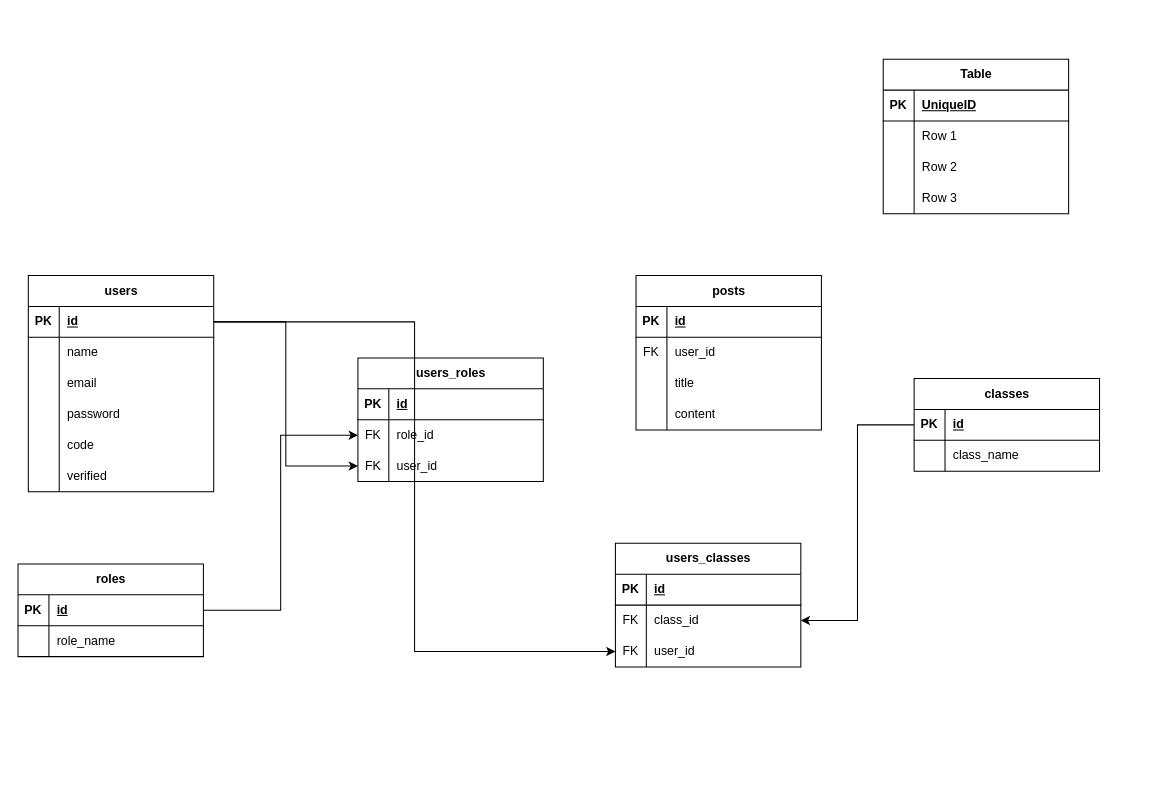
Before: sitedb.drawio in GadoGadoEnjoyer/GadoGadoEnjoyer, a draw.io diagram. Source tidied: cells renumbered, new cells numbered last; positions are measured from the earlier drawing's top-left corner, leaving out a move shared by most shapes. Both pictures are drawn from the tidied source at 103%, with x=0, y=0 at pixel (18, 59).
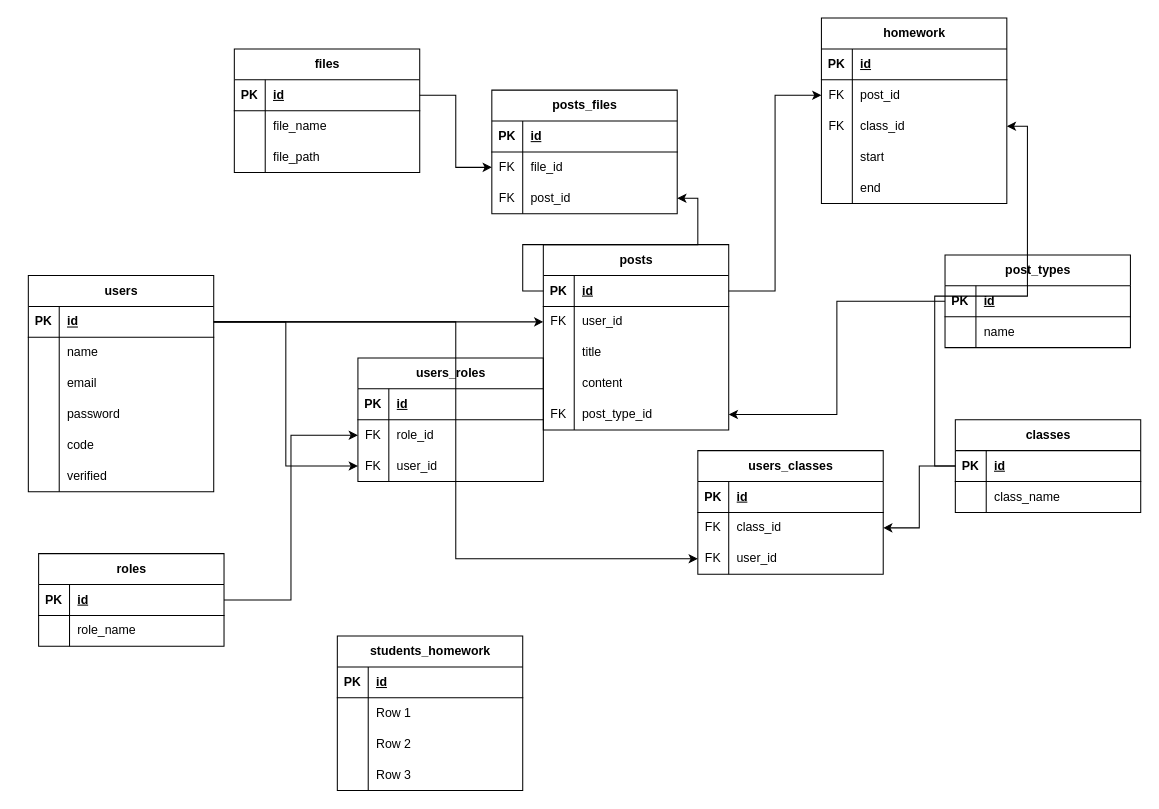
Above is the later version.

Commit message:
help (this commit is indirectly brought to you by GPT!)

Unchanged cells that the change refers to:
```xml
<mxCell id="3" style="shape=tableRow;horizontal=0;startSize=0;swimlaneHead=0;swimlaneBody=0;fillColor=none;points=[[0,0.5],[1,0.5]];portConstraint=eastwest;top=0;left=0;right=0;bottom=1;" parent="2" vertex="1">
  <mxGeometry y="30" width="180" height="30" as="geometry" />
</mxCell>
<mxCell id="41" style="shape=tableRow;horizontal=0;startSize=0;swimlaneHead=0;swimlaneBody=0;fillColor=none;points=[[0,0.5],[1,0.5]];portConstraint=eastwest;top=0;left=0;right=0;bottom=1;" parent="40" vertex="1">
  <mxGeometry y="30" width="180" height="30" as="geometry" />
</mxCell>
<mxCell id="60" style="shape=tableRow;horizontal=0;startSize=0;swimlaneHead=0;swimlaneBody=0;fillColor=none;points=[[0,0.5],[1,0.5]];portConstraint=eastwest;top=0;left=0;right=0;bottom=1;" parent="59" vertex="1">
  <mxGeometry y="30" width="180" height="30" as="geometry" />
</mxCell>
<mxCell id="63" style="shape=tableRow;horizontal=0;startSize=0;swimlaneHead=0;swimlaneBody=0;fillColor=none;points=[[0,0.5],[1,0.5]];portConstraint=eastwest;top=0;left=0;right=0;bottom=0;" parent="59" vertex="1">
  <mxGeometry y="60" width="180" height="30" as="geometry" />
</mxCell>
<mxCell id="73" style="shape=tableRow;horizontal=0;startSize=0;swimlaneHead=0;swimlaneBody=0;fillColor=none;points=[[0,0.5],[1,0.5]];portConstraint=eastwest;top=0;left=0;right=0;bottom=1;" parent="72" vertex="1">
  <mxGeometry y="30" width="180" height="30" as="geometry" />
</mxCell>
<mxCell id="76" style="shape=tableRow;horizontal=0;startSize=0;swimlaneHead=0;swimlaneBody=0;fillColor=none;top=0;left=0;right=0;bottom=0;" parent="72" vertex="1">
  <mxGeometry y="60" width="180" height="30" as="geometry" />
</mxCell>
<mxCell id="79" style="shape=tableRow;horizontal=0;startSize=0;swimlaneHead=0;swimlaneBody=0;fillColor=none;top=0;left=0;right=0;bottom=0;" parent="72" vertex="1">
  <mxGeometry y="90" width="180" height="30" as="geometry" />
</mxCell>
```

The edit, as a diff of the source:
```diff
@@
     <mxCell id="21" value="roles" style="shape=table;startSize=30;childLayout=tableLayout;rowLines=0;fontStyle=1;align=center;html=1;" parent="1" vertex="1">
-      <mxGeometry y="490" width="180" height="90" as="geometry" />
+      <mxGeometry x="20" y="480" width="180" height="90" as="geometry" />
     </mxCell>
@@
     <mxCell id="40" value="classes" style="shape=table;startSize=30;childLayout=tableLayout;rowLines=0;fontStyle=1;align=center;html=1;" parent="1" vertex="1">
-      <mxGeometry x="870" y="310" width="180" height="90" as="geometry" />
+      <mxGeometry x="910" y="350" width="180" height="90" as="geometry" />
     </mxCell>
@@
     <mxCell id="47" value="users_classes" style="shape=table;startSize=30;childLayout=tableLayout;rowLines=0;fontStyle=1;align=center;html=1;" parent="1" vertex="1">
-      <mxGeometry x="580" y="470" width="180" height="120" as="geometry" />
+      <mxGeometry x="660" y="380" width="180" height="120" as="geometry" />
     </mxCell>
@@
     <mxCell id="59" value="posts" style="shape=table;startSize=30;childLayout=tableLayout;rowLines=0;fontStyle=1;align=center;html=1;" parent="1" vertex="1">
-      <mxGeometry x="600" y="210" width="180" height="150" as="geometry" />
+      <mxGeometry x="510" y="180" width="180" height="180" as="geometry" />
     </mxCell>
@@
+    <mxCell id="85" style="shape=tableRow;horizontal=0;startSize=0;swimlaneHead=0;swimlaneBody=0;fillColor=none;points=[[0,0.5],[1,0.5]];portConstraint=eastwest;top=0;left=0;right=0;bottom=0;" parent="59" vertex="1">
+      <mxGeometry y="150" width="180" height="30" as="geometry" />
+    </mxCell>
+    <mxCell id="86" value="FK" style="shape=partialRectangle;fillColor=none;top=0;left=0;bottom=0;right=0;overflow=hidden;whiteSpace=wrap;html=1;" parent="85" vertex="1">
+      <mxGeometry width="30" height="30" as="geometry" />
+    </mxCell>
+    <mxCell id="87" value="post_type_id" style="shape=partialRectangle;fillColor=none;top=0;left=0;bottom=0;right=0;align=left;spacingLeft=6;overflow=hidden;whiteSpace=wrap;html=1;" parent="85" vertex="1">
+      <mxGeometry x="30" width="150" height="30" as="geometry" />
+    </mxCell>
-    <mxCell id="72" value="Table" style="shape=table;startSize=30;childLayout=tableLayout;rowLines=0;fontStyle=1;align=center;html=1;" parent="1" vertex="1">
-      <mxGeometry x="840" width="180" height="150" as="geometry" />
+    <mxCell id="72" value="files" style="shape=table;startSize=30;childLayout=tableLayout;rowLines=0;fontStyle=1;align=center;html=1;" parent="1" vertex="1">
+      <mxGeometry x="210" y="-10" width="180" height="120" as="geometry" />
     </mxCell>
@@
-    <mxCell id="75" value="UniqueID" style="shape=partialRectangle;fillColor=none;top=0;left=0;bottom=0;right=0;align=left;spacingLeft=6;fontStyle=5;overflow=hidden;whiteSpace=wrap;html=1;" parent="73" vertex="1">
+    <mxCell id="75" value="id" style="shape=partialRectangle;fillColor=none;top=0;left=0;bottom=0;right=0;align=left;spacingLeft=6;fontStyle=5;overflow=hidden;whiteSpace=wrap;html=1;" parent="73" vertex="1">
       <mxGeometry x="30" width="150" height="30" as="geometry" />
     </mxCell>
@@
-    <mxCell id="78" value="Row 1" style="shape=partialRectangle;fillColor=none;top=0;left=0;bottom=0;right=0;align=left;spacingLeft=6;overflow=hidden;whiteSpace=wrap;html=1;" parent="76" vertex="1">
+    <mxCell id="78" value="file_name" style="shape=partialRectangle;fillColor=none;top=0;left=0;bottom=0;right=0;align=left;spacingLeft=6;overflow=hidden;whiteSpace=wrap;html=1;" parent="76" vertex="1">
       <mxGeometry x="30" width="150" height="30" as="geometry" />
     </mxCell>
@@
-    <mxCell id="81" value="Row 2" style="shape=partialRectangle;fillColor=none;top=0;left=0;bottom=0;right=0;align=left;spacingLeft=6;overflow=hidden;whiteSpace=wrap;html=1;" parent="79" vertex="1">
+    <mxCell id="81" value="file_path" style="shape=partialRectangle;fillColor=none;top=0;left=0;bottom=0;right=0;align=left;spacingLeft=6;overflow=hidden;whiteSpace=wrap;html=1;" parent="79" vertex="1">
       <mxGeometry x="30" width="150" height="30" as="geometry" />
     </mxCell>
-    <mxCell id="82" style="shape=tableRow;horizontal=0;startSize=0;swimlaneHead=0;swimlaneBody=0;fillColor=none;top=0;left=0;right=0;bottom=0;" parent="72" vertex="1">
-      <mxGeometry y="120" width="180" height="30" as="geometry" />
-    </mxCell>
-    <mxCell id="83" style="shape=partialRectangle;fillColor=none;top=0;left=0;bottom=0;right=0;overflow=hidden;whiteSpace=wrap;html=1;" parent="82" vertex="1">
-      <mxGeometry width="30" height="30" as="geometry" />
-    </mxCell>
+    <mxCell id="88" value="posts_files" style="shape=table;startSize=30;childLayout=tableLayout;rowLines=0;fontStyle=1;align=center;html=1;" parent="1" vertex="1">
+      <mxGeometry x="460" y="30" width="180" height="120" as="geometry" />
+    </mxCell>
+    <mxCell id="89" style="shape=tableRow;horizontal=0;startSize=0;swimlaneHead=0;swimlaneBody=0;fillColor=none;top=0;left=0;right=0;bottom=1;" parent="88" vertex="1">
+      <mxGeometry y="30" width="180" height="30" as="geometry" />
+    </mxCell>
+    <mxCell id="90" value="PK" style="shape=partialRectangle;fillColor=none;top=0;left=0;bottom=0;right=0;fontStyle=1;overflow=hidden;whiteSpace=wrap;html=1;" parent="89" vertex="1">
+      <mxGeometry width="30" height="30" as="geometry" />
+    </mxCell>
+    <mxCell id="91" value="id" style="shape=partialRectangle;fillColor=none;top=0;left=0;bottom=0;right=0;align=left;spacingLeft=6;fontStyle=5;overflow=hidden;whiteSpace=wrap;html=1;" parent="89" vertex="1">
+      <mxGeometry x="30" width="150" height="30" as="geometry" />
+    </mxCell>
+    <mxCell id="92" style="shape=tableRow;horizontal=0;startSize=0;swimlaneHead=0;swimlaneBody=0;fillColor=none;points=[[0,0.5],[1,0.5]];portConstraint=eastwest;top=0;left=0;right=0;bottom=0;" parent="88" vertex="1">
+      <mxGeometry y="60" width="180" height="30" as="geometry" />
+    </mxCell>
+    <mxCell id="93" value="FK" style="shape=partialRectangle;fillColor=none;top=0;left=0;bottom=0;right=0;overflow=hidden;whiteSpace=wrap;html=1;" parent="92" vertex="1">
+      <mxGeometry width="30" height="30" as="geometry" />
+    </mxCell>
+    <mxCell id="94" value="file_id" style="shape=partialRectangle;fillColor=none;top=0;left=0;bottom=0;right=0;align=left;spacingLeft=6;overflow=hidden;whiteSpace=wrap;html=1;" parent="92" vertex="1">
+      <mxGeometry x="30" width="150" height="30" as="geometry" />
+    </mxCell>
+    <mxCell id="95" style="shape=tableRow;horizontal=0;startSize=0;swimlaneHead=0;swimlaneBody=0;fillColor=none;points=[[0,0.5],[1,0.5]];portConstraint=eastwest;top=0;left=0;right=0;bottom=0;" parent="88" vertex="1">
+      <mxGeometry y="90" width="180" height="30" as="geometry" />
+    </mxCell>
+    <mxCell id="96" value="FK" style="shape=partialRectangle;fillColor=none;top=0;left=0;bottom=0;right=0;overflow=hidden;whiteSpace=wrap;html=1;" parent="95" vertex="1">
+      <mxGeometry width="30" height="30" as="geometry" />
+    </mxCell>
+    <mxCell id="97" value="post_id" style="shape=partialRectangle;fillColor=none;top=0;left=0;bottom=0;right=0;align=left;spacingLeft=6;overflow=hidden;whiteSpace=wrap;html=1;" parent="95" vertex="1">
+      <mxGeometry x="30" width="150" height="30" as="geometry" />
+    </mxCell>
+    <mxCell id="98" style="edgeStyle=orthogonalEdgeStyle;rounded=0;jettySize=auto;html=1;" parent="1" edge="1" source="3" target="63">
+      <mxGeometry relative="1" as="geometry" />
+    </mxCell>
+    <mxCell id="99" style="edgeStyle=orthogonalEdgeStyle;rounded=0;jettySize=auto;html=1;" parent="1" edge="1" source="73" target="92">
+      <mxGeometry relative="1" as="geometry" />
+    </mxCell>
+    <mxCell id="100" style="edgeStyle=orthogonalEdgeStyle;rounded=0;jettySize=auto;html=1;" parent="1" edge="1" source="60" target="95">
+      <mxGeometry relative="1" as="geometry" />
+    </mxCell>
+    <mxCell id="101" value="homework" style="shape=table;startSize=30;childLayout=tableLayout;rowLines=0;fontStyle=1;align=center;html=1;" parent="1" vertex="1">
+      <mxGeometry x="780" y="-40" width="180" height="180" as="geometry" />
+    </mxCell>
+    <mxCell id="102" style="shape=tableRow;horizontal=0;startSize=0;swimlaneHead=0;swimlaneBody=0;fillColor=none;top=0;left=0;right=0;bottom=1;" parent="101" vertex="1">
+      <mxGeometry y="30" width="180" height="30" as="geometry" />
+    </mxCell>
+    <mxCell id="103" value="PK" style="shape=partialRectangle;fillColor=none;top=0;left=0;bottom=0;right=0;fontStyle=1;overflow=hidden;whiteSpace=wrap;html=1;" parent="102" vertex="1">
+      <mxGeometry width="30" height="30" as="geometry" />
+    </mxCell>
+    <mxCell id="104" value="id" style="shape=partialRectangle;fillColor=none;top=0;left=0;bottom=0;right=0;align=left;spacingLeft=6;fontStyle=5;overflow=hidden;whiteSpace=wrap;html=1;" parent="102" vertex="1">
+      <mxGeometry x="30" width="150" height="30" as="geometry" />
+    </mxCell>
+    <mxCell id="105" style="shape=tableRow;horizontal=0;startSize=0;swimlaneHead=0;swimlaneBody=0;fillColor=none;points=[[0,0.5],[1,0.5]];portConstraint=eastwest;top=0;left=0;right=0;bottom=0;" parent="101" vertex="1">
+      <mxGeometry y="60" width="180" height="30" as="geometry" />
+    </mxCell>
+    <mxCell id="106" value="FK" style="shape=partialRectangle;fillColor=none;top=0;left=0;bottom=0;right=0;overflow=hidden;whiteSpace=wrap;html=1;" parent="105" vertex="1">
+      <mxGeometry width="30" height="30" as="geometry" />
+    </mxCell>
+    <mxCell id="107" value="post_id" style="shape=partialRectangle;fillColor=none;top=0;left=0;bottom=0;right=0;align=left;spacingLeft=6;overflow=hidden;whiteSpace=wrap;html=1;" parent="105" vertex="1">
+      <mxGeometry x="30" width="150" height="30" as="geometry" />
+    </mxCell>
+    <mxCell id="108" style="shape=tableRow;horizontal=0;startSize=0;swimlaneHead=0;swimlaneBody=0;fillColor=none;points=[[0,0.5],[1,0.5]];portConstraint=eastwest;top=0;left=0;right=0;bottom=0;" parent="101" vertex="1">
+      <mxGeometry y="90" width="180" height="30" as="geometry" />
+    </mxCell>
+    <mxCell id="109" value="FK" style="shape=partialRectangle;fillColor=none;top=0;left=0;bottom=0;right=0;overflow=hidden;whiteSpace=wrap;html=1;" parent="108" vertex="1">
+      <mxGeometry width="30" height="30" as="geometry" />
+    </mxCell>
+    <mxCell id="110" value="class_id" style="shape=partialRectangle;fillColor=none;top=0;left=0;bottom=0;right=0;align=left;spacingLeft=6;overflow=hidden;whiteSpace=wrap;html=1;" parent="108" vertex="1">
+      <mxGeometry x="30" width="150" height="30" as="geometry" />
+    </mxCell>
+    <mxCell id="111" style="shape=tableRow;horizontal=0;startSize=0;swimlaneHead=0;swimlaneBody=0;fillColor=none;top=0;left=0;right=0;bottom=0;" parent="101" vertex="1">
+      <mxGeometry y="120" width="180" height="30" as="geometry" />
+    </mxCell>
+    <mxCell id="112" style="shape=partialRectangle;fillColor=none;top=0;left=0;bottom=0;right=0;overflow=hidden;whiteSpace=wrap;html=1;" parent="111" vertex="1">
+      <mxGeometry width="30" height="30" as="geometry" />
+    </mxCell>
+    <mxCell id="113" value="start" style="shape=partialRectangle;fillColor=none;top=0;left=0;bottom=0;right=0;align=left;spacingLeft=6;overflow=hidden;whiteSpace=wrap;html=1;" parent="111" vertex="1">
+      <mxGeometry x="30" width="150" height="30" as="geometry" />
+    </mxCell>
+    <mxCell id="114" style="shape=tableRow;horizontal=0;startSize=0;swimlaneHead=0;swimlaneBody=0;fillColor=none;top=0;left=0;right=0;bottom=0;" parent="101" vertex="1">
+      <mxGeometry y="150" width="180" height="30" as="geometry" />
+    </mxCell>
+    <mxCell id="115" style="shape=partialRectangle;fillColor=none;top=0;left=0;bottom=0;right=0;overflow=hidden;whiteSpace=wrap;html=1;" parent="114" vertex="1">
+      <mxGeometry width="30" height="30" as="geometry" />
+    </mxCell>
+    <mxCell id="116" value="end" style="shape=partialRectangle;fillColor=none;top=0;left=0;bottom=0;right=0;align=left;spacingLeft=6;overflow=hidden;whiteSpace=wrap;html=1;" parent="114" vertex="1">
+      <mxGeometry x="30" width="150" height="30" as="geometry" />
+    </mxCell>
+    <mxCell id="117" value="post_types" style="shape=table;startSize=30;childLayout=tableLayout;rowLines=0;fontStyle=1;align=center;html=1;" parent="1" vertex="1">
+      <mxGeometry x="900" y="190" width="180" height="90" as="geometry" />
+    </mxCell>
+    <mxCell id="118" style="shape=tableRow;horizontal=0;startSize=0;swimlaneHead=0;swimlaneBody=0;fillColor=none;points=[[0,0.5],[1,0.5]];portConstraint=eastwest;top=0;left=0;right=0;bottom=1;" parent="117" vertex="1">
+      <mxGeometry y="30" width="180" height="30" as="geometry" />
+    </mxCell>
+    <mxCell id="119" value="PK" style="shape=partialRectangle;fillColor=none;top=0;left=0;bottom=0;right=0;fontStyle=1;overflow=hidden;whiteSpace=wrap;html=1;" parent="118" vertex="1">
+      <mxGeometry width="30" height="30" as="geometry" />
+    </mxCell>
+    <mxCell id="120" value="id" style="shape=partialRectangle;fillColor=none;top=0;left=0;bottom=0;right=0;align=left;spacingLeft=6;fontStyle=5;overflow=hidden;whiteSpace=wrap;html=1;" parent="118" vertex="1">
+      <mxGeometry x="30" width="150" height="30" as="geometry" />
+    </mxCell>
+    <mxCell id="121" style="shape=tableRow;horizontal=0;startSize=0;swimlaneHead=0;swimlaneBody=0;fillColor=none;top=0;left=0;right=0;bottom=0;" parent="117" vertex="1">
+      <mxGeometry y="60" width="180" height="30" as="geometry" />
+    </mxCell>
+    <mxCell id="122" style="shape=partialRectangle;fillColor=none;top=0;left=0;bottom=0;right=0;overflow=hidden;whiteSpace=wrap;html=1;" parent="121" vertex="1">
+      <mxGeometry width="30" height="30" as="geometry" />
+    </mxCell>
+    <mxCell id="123" value="name" style="shape=partialRectangle;fillColor=none;top=0;left=0;bottom=0;right=0;align=left;spacingLeft=6;overflow=hidden;whiteSpace=wrap;html=1;" parent="121" vertex="1">
+      <mxGeometry x="30" width="150" height="30" as="geometry" />
+    </mxCell>
+    <mxCell id="124" style="edgeStyle=orthogonalEdgeStyle;rounded=0;jettySize=auto;html=1;" parent="1" edge="1" source="118" target="85">
+      <mxGeometry relative="1" as="geometry" />
+    </mxCell>
+    <mxCell id="125" style="edgeStyle=orthogonalEdgeStyle;rounded=0;jettySize=auto;html=1;" parent="1" edge="1" source="60" target="105">
+      <mxGeometry relative="1" as="geometry" />
+    </mxCell>
+    <mxCell id="126" style="edgeStyle=orthogonalEdgeStyle;rounded=0;jettySize=auto;html=1;" parent="1" edge="1" source="41" target="108">
+      <mxGeometry relative="1" as="geometry" />
+    </mxCell>
+    <mxCell id="127" value="students_homework" style="shape=table;startSize=30;childLayout=tableLayout;rowLines=0;fontStyle=1;align=center;html=1;" parent="1" vertex="1">
+      <mxGeometry x="310" y="560" width="180" height="150" as="geometry" />
+    </mxCell>
+    <mxCell id="128" style="shape=tableRow;horizontal=0;startSize=0;swimlaneHead=0;swimlaneBody=0;fillColor=none;top=0;left=0;right=0;bottom=1;" parent="127" vertex="1">
+      <mxGeometry y="30" width="180" height="30" as="geometry" />
+    </mxCell>
+    <mxCell id="129" value="PK" style="shape=partialRectangle;fillColor=none;top=0;left=0;bottom=0;right=0;fontStyle=1;overflow=hidden;whiteSpace=wrap;html=1;" parent="128" vertex="1">
+      <mxGeometry width="30" height="30" as="geometry" />
+    </mxCell>
+    <mxCell id="130" value="id" style="shape=partialRectangle;fillColor=none;top=0;left=0;bottom=0;right=0;align=left;spacingLeft=6;fontStyle=5;overflow=hidden;whiteSpace=wrap;html=1;" parent="128" vertex="1">
+      <mxGeometry x="30" width="150" height="30" as="geometry" />
+    </mxCell>
+    <mxCell id="131" style="shape=tableRow;horizontal=0;startSize=0;swimlaneHead=0;swimlaneBody=0;fillColor=none;top=0;left=0;right=0;bottom=0;" parent="127" vertex="1">
+      <mxGeometry y="60" width="180" height="30" as="geometry" />
+    </mxCell>
+    <mxCell id="132" style="shape=partialRectangle;fillColor=none;top=0;left=0;bottom=0;right=0;overflow=hidden;whiteSpace=wrap;html=1;" parent="131" vertex="1">
+      <mxGeometry width="30" height="30" as="geometry" />
+    </mxCell>
+    <mxCell id="133" value="Row 1" style="shape=partialRectangle;fillColor=none;top=0;left=0;bottom=0;right=0;align=left;spacingLeft=6;overflow=hidden;whiteSpace=wrap;html=1;" parent="131" vertex="1">
+      <mxGeometry x="30" width="150" height="30" as="geometry" />
+    </mxCell>
+    <mxCell id="134" style="shape=tableRow;horizontal=0;startSize=0;swimlaneHead=0;swimlaneBody=0;fillColor=none;top=0;left=0;right=0;bottom=0;" parent="127" vertex="1">
+      <mxGeometry y="90" width="180" height="30" as="geometry" />
+    </mxCell>
+    <mxCell id="135" style="shape=partialRectangle;fillColor=none;top=0;left=0;bottom=0;right=0;overflow=hidden;whiteSpace=wrap;html=1;" parent="134" vertex="1">
+      <mxGeometry width="30" height="30" as="geometry" />
+    </mxCell>
+    <mxCell id="136" value="Row 2" style="shape=partialRectangle;fillColor=none;top=0;left=0;bottom=0;right=0;align=left;spacingLeft=6;overflow=hidden;whiteSpace=wrap;html=1;" parent="134" vertex="1">
+      <mxGeometry x="30" width="150" height="30" as="geometry" />
+    </mxCell>
+    <mxCell id="137" style="shape=tableRow;horizontal=0;startSize=0;swimlaneHead=0;swimlaneBody=0;fillColor=none;top=0;left=0;right=0;bottom=0;" parent="127" vertex="1">
+      <mxGeometry y="120" width="180" height="30" as="geometry" />
+    </mxCell>
+    <mxCell id="138" style="shape=partialRectangle;fillColor=none;top=0;left=0;bottom=0;right=0;overflow=hidden;whiteSpace=wrap;html=1;" parent="137" vertex="1">
+      <mxGeometry width="30" height="30" as="geometry" />
+    </mxCell>
-    <mxCell id="84" value="Row 3" style="shape=partialRectangle;fillColor=none;top=0;left=0;bottom=0;right=0;align=left;spacingLeft=6;overflow=hidden;whiteSpace=wrap;html=1;" parent="82" vertex="1">
+    <mxCell id="84" value="Row 3" style="shape=partialRectangle;fillColor=none;top=0;left=0;bottom=0;right=0;align=left;spacingLeft=6;overflow=hidden;whiteSpace=wrap;html=1;" parent="137" vertex="1">
       <mxGeometry x="30" width="150" height="30" as="geometry" />
     </mxCell>
```
